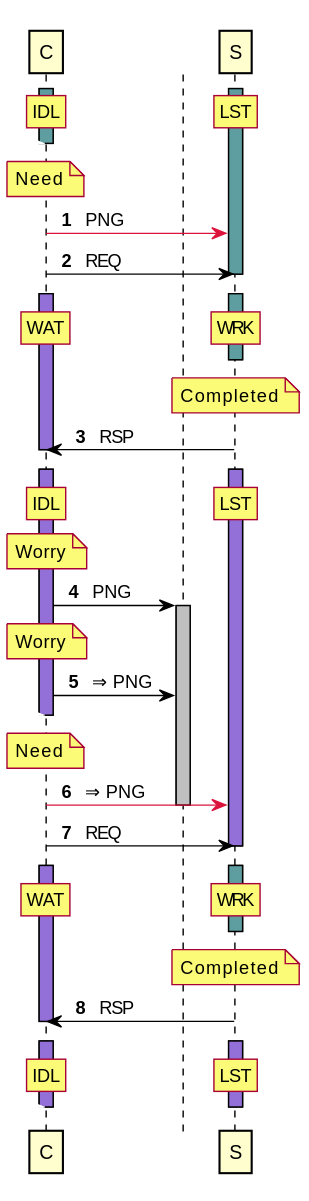
Before: tests/expected/test_client_server/sequence.svg, a diagram exported from PlantUML (orenbenkiki/total-space).
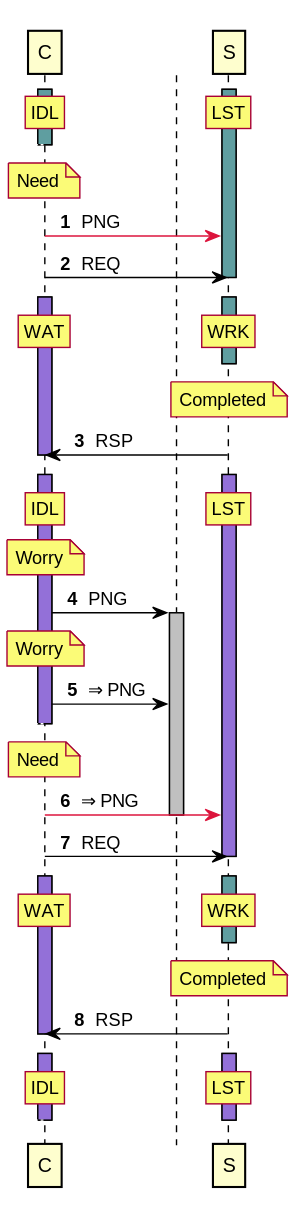
Above is the later version.

What changed in the source:
```diff
@@ -17,7 +17,7 @@
 rnote over A0 : IDL
 / rnote over A1 : LST
 autonumber stop
-[-[#White]\ A0
+[<[#White]-- A0
 autonumber resume
 deactivate A0
 note over A0 : Need
@@ -25,21 +25,21 @@
 A0 -> A1 : REQ
 deactivate A1
 autonumber stop
-[-[#White]\ A0
+[<[#White]-- A0
 autonumber resume
 activate A0 #MediumPurple
 activate A1 #CadetBlue
 rnote over A0 : WAT
 / rnote over A1 : WRK
 autonumber stop
-[-[#White]\ A0
+[<[#White]-- A0
 autonumber resume
 deactivate A1
 note over A1 : Completed
 A1 -> A0 : RSP
 deactivate A0
 autonumber stop
-[-[#White]\ A0
+[<[#White]-- A0
 autonumber resume
 activate A1 #MediumPurple
 activate A0 #MediumPurple
@@ -52,7 +52,7 @@
 note over A0 : Worry
 A0 -> T0 : &#8658; PNG
 autonumber stop
-[-[#White]\ A0
+[<[#White]-- A0
 autonumber resume
 deactivate A0
 note over A0 : Need
@@ -61,28 +61,28 @@
 A0 -> A1 : REQ
 deactivate A1
 autonumber stop
-[-[#White]\ A0
+[<[#White]-- A0
 autonumber resume
 activate A0 #MediumPurple
 activate A1 #CadetBlue
 rnote over A0 : WAT
 / rnote over A1 : WRK
 autonumber stop
-[-[#White]\ A0
+[<[#White]-- A0
 autonumber resume
 deactivate A1
 note over A1 : Completed
 A1 -> A0 : RSP
 deactivate A0
 autonumber stop
-[-[#White]\ A0
+[<[#White]-- A0
 autonumber resume
 activate A1 #MediumPurple
 activate A0 #MediumPurple
 rnote over A1 : LST
 / rnote over A0 : IDL
 autonumber stop
-[-[#White]\ A0
+[<[#White]-- A0
 autonumber resume
 deactivate A0
 deactivate A1
```
